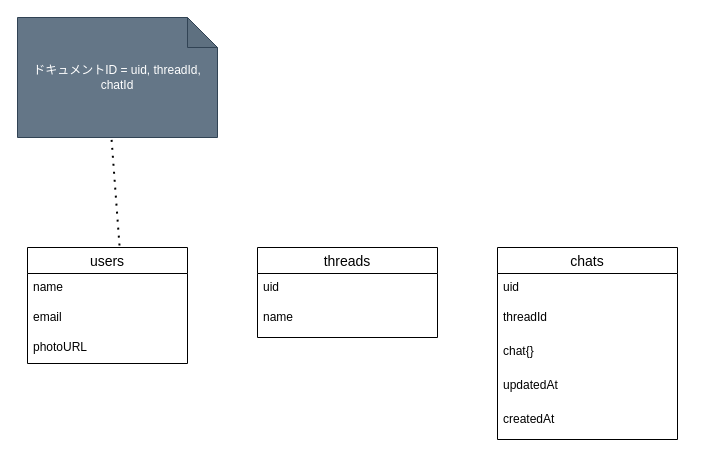
bamboo-house/BambooGPT keeps this draw.io diagram as docs/er.drawio. Above is the earlier version. Source tidied: cells renumbered, new cells numbered last; positions are measured from the earlier drawing's top-left corner, leaving out a move shared by most shapes. Both pictures are drawn from the tidied source at 100%, with x=0, y=0 at pixel (17, 17).
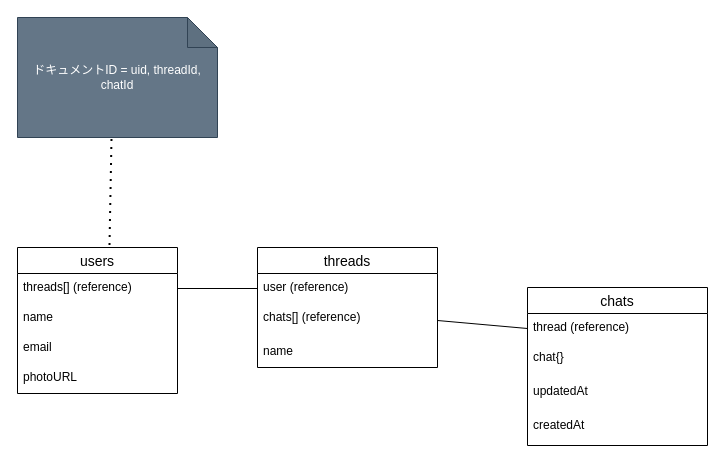
The same diagram, later.

Commit message (it also covers changes not shown here):
データ設計変更

Change to the diagram source:
```diff
@@
     <mxCell id="2" value="users" style="swimlane;fontStyle=0;horizontal=1;startSize=26;align=center;fontSize=14;" parent="1" vertex="1">
-      <mxGeometry x="10" y="230" width="160" height="116" as="geometry" />
+      <mxGeometry y="230" width="160" height="146" as="geometry" />
     </mxCell>
+    <mxCell id="17" value="threads[] (reference)" style="text;strokeColor=none;fillColor=none;spacingLeft=4;spacingRight=4;overflow=hidden;points=[[0,0.5],[1,0.5]];portConstraint=eastwest;fontSize=12;" parent="2" vertex="1">
+      <mxGeometry y="26" width="160" height="30" as="geometry" />
+    </mxCell>
     <mxCell id="3" value="name" style="text;strokeColor=none;fillColor=none;spacingLeft=4;spacingRight=4;overflow=hidden;fontSize=12;" parent="2" vertex="1">
-      <mxGeometry y="26" width="160" height="30" as="geometry" />
+      <mxGeometry y="56" width="160" height="30" as="geometry" />
     </mxCell>
     <mxCell id="4" value="email" style="text;strokeColor=none;fillColor=none;spacingLeft=4;spacingRight=4;overflow=hidden;fontSize=12;" parent="2" vertex="1">
-      <mxGeometry y="56" width="160" height="30" as="geometry" />
+      <mxGeometry y="86" width="160" height="30" as="geometry" />
     </mxCell>
     <mxCell id="5" value="photoURL" style="text;strokeColor=none;fillColor=none;spacingLeft=4;spacingRight=4;overflow=hidden;fontSize=12;" parent="2" vertex="1">
-      <mxGeometry y="86" width="160" height="30" as="geometry" />
+      <mxGeometry y="116" width="160" height="30" as="geometry" />
     </mxCell>
     <mxCell id="6" value="chats" style="swimlane;fontStyle=0;horizontal=1;startSize=26;align=center;fontSize=14;" parent="1" vertex="1">
-      <mxGeometry x="480" y="230" width="180" height="192" as="geometry" />
+      <mxGeometry x="510" y="270" width="180" height="158" as="geometry" />
     </mxCell>
-    <mxCell id="7" value="uid" style="text;strokeColor=none;fillColor=none;spacingLeft=4;spacingRight=4;overflow=hidden;points=[[0,0.5],[1,0.5]];portConstraint=eastwest;fontSize=12;" parent="6" vertex="1">
+    <mxCell id="7" value="thread (reference)" style="text;strokeColor=none;fillColor=none;spacingLeft=4;spacingRight=4;overflow=hidden;points=[[0,0.5],[1,0.5]];portConstraint=eastwest;fontSize=12;" parent="6" vertex="1">
       <mxGeometry y="26" width="180" height="30" as="geometry" />
     </mxCell>
-    <mxCell id="8" value="threadId" style="text;strokeColor=none;fillColor=none;spacingLeft=4;spacingRight=4;overflow=hidden;fontSize=12;" parent="6" vertex="1">
-      <mxGeometry y="56" width="180" height="34" as="geometry" />
-    </mxCell>
     <mxCell id="9" value="chat{}" style="text;strokeColor=none;fillColor=none;spacingLeft=4;spacingRight=4;overflow=hidden;fontSize=12;" parent="6" vertex="1">
-      <mxGeometry y="90" width="180" height="34" as="geometry" />
+      <mxGeometry y="56" width="180" height="34" as="geometry" />
     </mxCell>
     <mxCell id="10" value="updatedAt" style="text;strokeColor=none;fillColor=none;spacingLeft=4;spacingRight=4;overflow=hidden;fontSize=12;" parent="6" vertex="1">
-      <mxGeometry y="124" width="180" height="34" as="geometry" />
+      <mxGeometry y="90" width="180" height="34" as="geometry" />
     </mxCell>
     <mxCell id="11" value="createdAt" style="text;strokeColor=none;fillColor=none;spacingLeft=4;spacingRight=4;overflow=hidden;fontSize=12;" parent="6" vertex="1">
-      <mxGeometry y="158" width="180" height="34" as="geometry" />
+      <mxGeometry y="124" width="180" height="34" as="geometry" />
     </mxCell>
     <mxCell id="12" value="threads" style="swimlane;fontStyle=0;horizontal=1;startSize=26;align=center;fontSize=14;" parent="1" vertex="1">
-      <mxGeometry x="240" y="230" width="180" height="90" as="geometry" />
+      <mxGeometry x="240" y="230" width="180" height="120" as="geometry" />
     </mxCell>
-    <mxCell id="13" value="uid" style="text;strokeColor=none;fillColor=none;spacingLeft=4;spacingRight=4;overflow=hidden;points=[[0,0.5],[1,0.5]];portConstraint=eastwest;fontSize=12;" parent="12" vertex="1">
+    <mxCell id="13" value="user (reference)" style="text;strokeColor=none;fillColor=none;spacingLeft=4;spacingRight=4;overflow=hidden;points=[[0,0.5],[1,0.5]];portConstraint=eastwest;fontSize=12;" parent="12" vertex="1">
       <mxGeometry y="26" width="180" height="30" as="geometry" />
     </mxCell>
-    <mxCell id="14" value="name" style="text;strokeColor=none;fillColor=none;spacingLeft=4;spacingRight=4;overflow=hidden;fontSize=12;" parent="12" vertex="1">
+    <mxCell id="14" value="chats[] (reference)" style="text;strokeColor=none;fillColor=none;spacingLeft=4;spacingRight=4;overflow=hidden;fontSize=12;" parent="12" vertex="1">
       <mxGeometry y="56" width="180" height="34" as="geometry" />
     </mxCell>
+    <mxCell id="18" value="name" style="text;strokeColor=none;fillColor=none;spacingLeft=4;spacingRight=4;overflow=hidden;fontSize=12;" parent="12" vertex="1">
+      <mxGeometry y="90" width="180" height="30" as="geometry" />
+    </mxCell>
@@
+    <mxCell id="19" style="endArrow=none;html=1;exitX=1;exitY=0.5;exitDx=0;exitDy=0;entryX=0;entryY=0.5;entryDx=0;entryDy=0;" parent="1" edge="1" source="17" target="13">
+      <mxGeometry relative="1" as="geometry" />
+    </mxCell>
+    <mxCell id="20" style="endArrow=none;html=1;entryX=0;entryY=0.5;entryDx=0;entryDy=0;" parent="1" edge="1" target="7">
+      <mxGeometry relative="1" as="geometry">
+        <mxPoint x="420" y="303" as="sourcePoint" />
+      </mxGeometry>
+    </mxCell>
```
